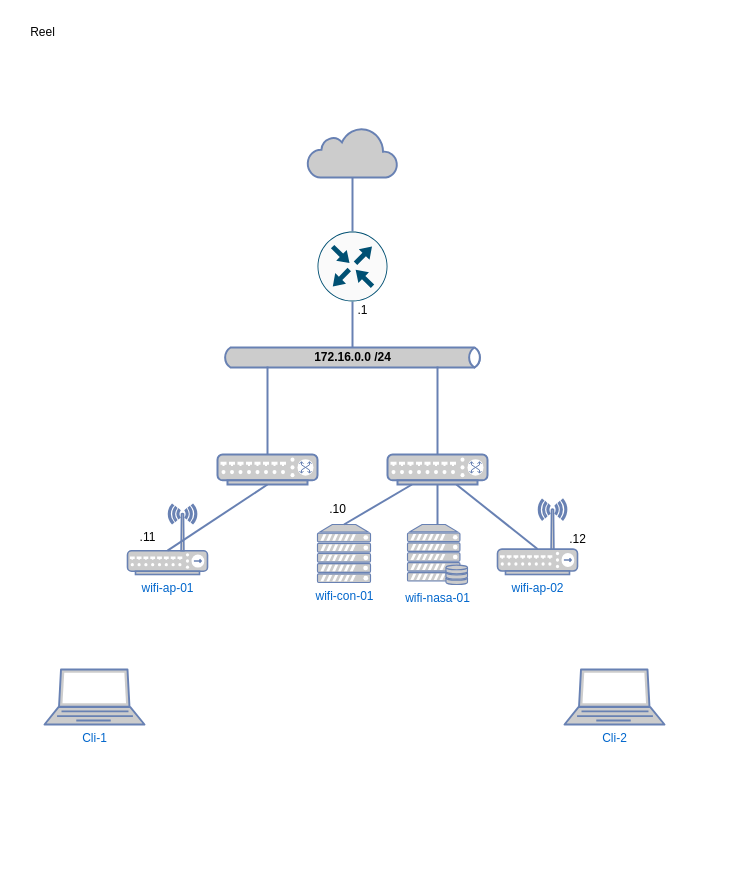
Earlier version of the draw.io diagram schema/wifi.drawio (CrazyKarpet/we-fist). Source tidied: cells renumbered, new cells numbered last; positions are measured from the earlier drawing's top-left corner, leaving out a move shared by most shapes. Both pictures are drawn from the tidied source at 100%, with x=0, y=0 at pixel (17, 17).
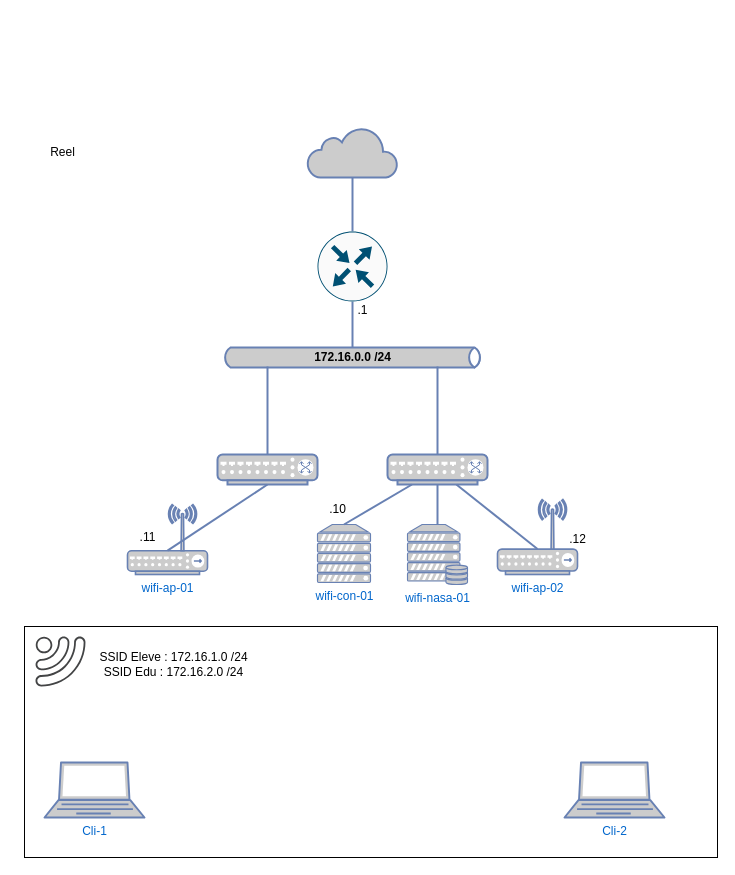
Above is the later version.

What changed in the source:
```diff
@@
+    <mxCell id="26" style="rounded=0;whiteSpace=wrap;html=1;fillColor=none;" parent="1" vertex="1">
+      <mxGeometry x="7" y="609" width="693" height="231" as="geometry" />
+    </mxCell>
@@
     <mxCell id="9" value="Cli-1" style="fontColor=#0066CC;verticalAlign=top;verticalLabelPosition=bottom;labelPosition=center;align=center;html=1;fillColor=#CCCCCC;strokeColor=#6881B3;gradientColor=none;gradientDirection=north;strokeWidth=2;shape=mxgraph.networks.laptop;" parent="1" vertex="1">
-      <mxGeometry x="27" y="652" width="100" height="55" as="geometry" />
+      <mxGeometry x="27" y="745" width="100" height="55" as="geometry" />
     </mxCell>
     <mxCell id="10" value="Cli-2" style="fontColor=#0066CC;verticalAlign=top;verticalLabelPosition=bottom;labelPosition=center;align=center;html=1;fillColor=#CCCCCC;strokeColor=#6881B3;gradientColor=none;gradientDirection=north;strokeWidth=2;shape=mxgraph.networks.laptop;" parent="1" vertex="1">
-      <mxGeometry x="547" y="652" width="100" height="55" as="geometry" />
+      <mxGeometry x="547" y="745" width="100" height="55" as="geometry" />
     </mxCell>
@@
     <mxCell id="14" value="Reel" style="text;html=1;align=center;verticalAlign=middle;strokeColor=none;fillColor=none;" parent="1" vertex="1">
-      <mxGeometry width="50" height="30" as="geometry" />
+      <mxGeometry x="20" y="120" width="50" height="30" as="geometry" />
     </mxCell>
@@
+    <mxCell id="27" style="sketch=0;shadow=0;dashed=0;html=1;strokeColor=none;fillColor=#434445;labelPosition=center;verticalLabelPosition=bottom;verticalAlign=top;align=center;shape=mxgraph.vvd.wi_fi;rotation=90;" parent="1" vertex="1">
+      <mxGeometry x="18" y="619" width="50" height="50" as="geometry" />
+    </mxCell>
+    <mxCell id="28" value="SSID Eleve : 172.16.1.0 /24&lt;br&gt;SSID Edu : 172.16.2.0 /24" style="text;html=1;align=center;verticalAlign=middle;strokeColor=none;fillColor=none;" parent="1" vertex="1">
+      <mxGeometry x="71" y="627" width="170" height="40" as="geometry" />
+    </mxCell>
```
